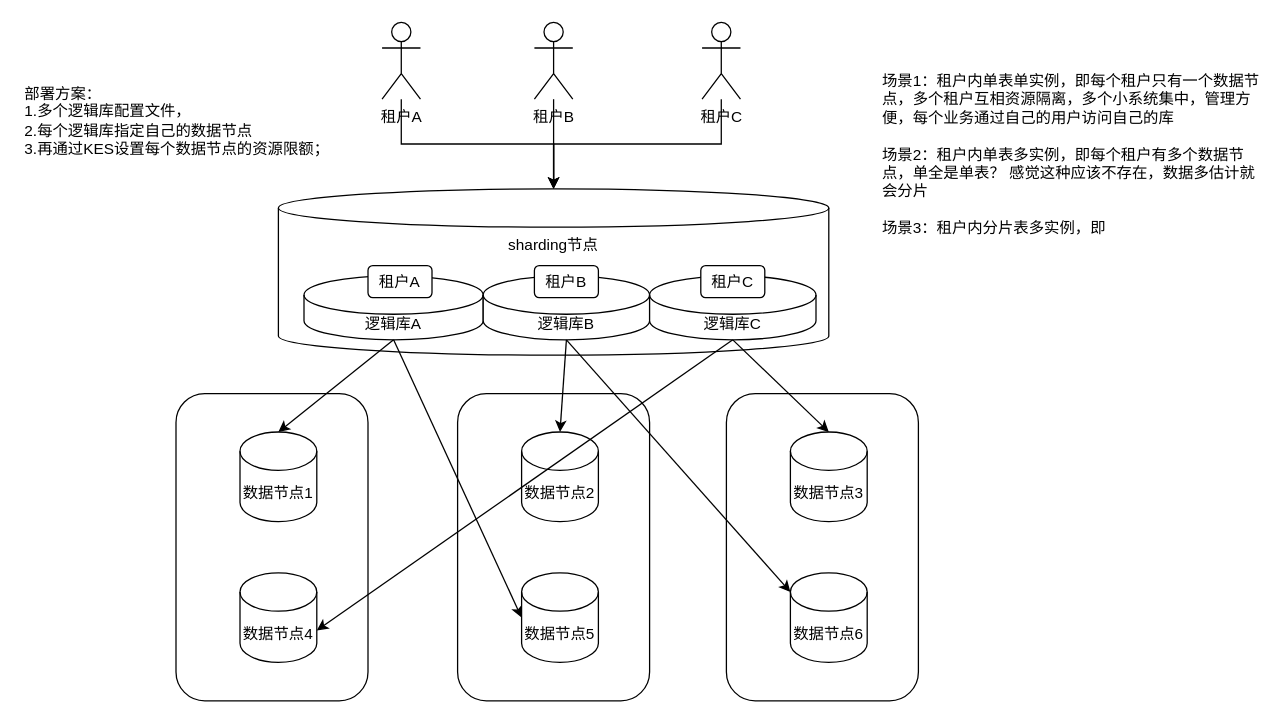
a86sd/drawio_nli keeps this draw.io diagram as 多租户.drawio. Above is the earlier version. Source tidied: cells renumbered, new cells numbered last; positions are measured from the earlier drawing's top-left corner, leaving out a move shared by most shapes. Both pictures are drawn from the tidied source at 128%, with x=0, y=0 at pixel (22, 22).
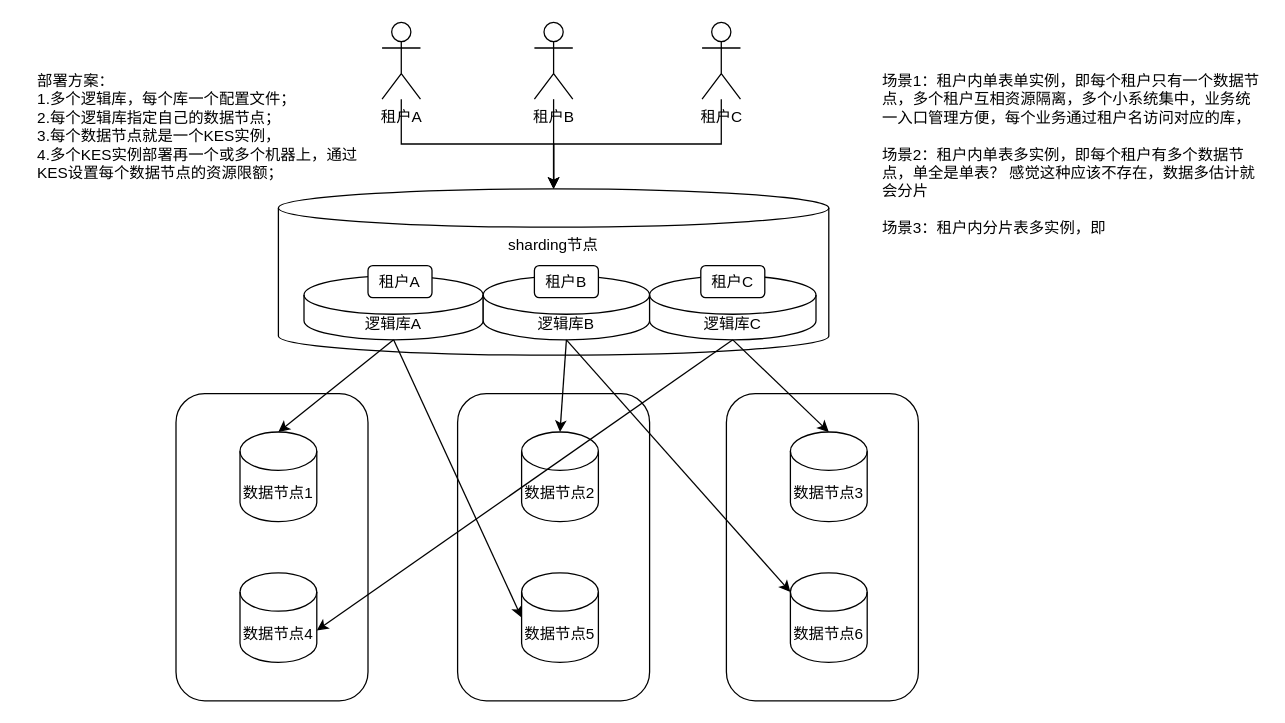
The same page after the edit.

Commit message:
更新多租户.drawio

The edit, as a diff of the source:
```diff
@@
-    <mxCell id="26" value="场景1：租户内单表单实例，即每个租户只有一个数据节点，多个租户互相资源隔离，多个小系统集中，管理方便，每个业务通过自己的用户访问自己的库&lt;br&gt;&lt;br&gt;场景2：租户内单表多实例，即每个租户有多个数据节点，单全是单表？ 感觉这种应该不存在，数据多估计就会分片&lt;br&gt;&lt;br&gt;场景3：租户内分片表多实例，即" style="text;html=1;whiteSpace=wrap;strokeColor=none;fillColor=none;align=left;verticalAlign=top;rounded=0;" parent="1" vertex="1">
+    <mxCell id="26" value="场景1：租户内单表单实例，即每个租户只有一个数据节点，多个租户互相资源隔离，多个小系统集中，业务统一入口管理方便，每个业务通过租户名访问对应的库，&lt;br&gt;&lt;br&gt;场景2：租户内单表多实例，即每个租户有多个数据节点，单全是单表？ 感觉这种应该不存在，数据多估计就会分片&lt;br&gt;&lt;br&gt;场景3：租户内分片表多实例，即" style="text;html=1;whiteSpace=wrap;strokeColor=none;fillColor=none;align=left;verticalAlign=top;rounded=0;" parent="1" vertex="1">
       <mxGeometry x="670" y="32" width="300" height="158" as="geometry" />
     </mxCell>
@@
-    <mxCell id="31" value="&lt;span style=&quot;&quot;&gt;部署方案：&lt;br&gt;1.多个逻辑库配置文件，&lt;br&gt;&lt;/span&gt;2.&lt;span style=&quot;&quot;&gt;每个逻辑库指定自己的数据节点&lt;br&gt;&lt;/span&gt;3.&lt;span style=&quot;&quot;&gt;再通过KES设置每个数据节点的资源限额；&lt;/span&gt;" style="text;html=1;whiteSpace=wrap;strokeColor=none;fillColor=none;align=left;verticalAlign=top;rounded=0;" parent="1" vertex="1">
-      <mxGeometry y="42" width="260" height="118" as="geometry" />
+    <mxCell id="31" value="&lt;span style=&quot;&quot;&gt;部署方案：&lt;br&gt;1.多个逻辑库，每个库一个配置文件；&lt;br&gt;&lt;/span&gt;2.&lt;span style=&quot;&quot;&gt;每个逻辑库指定自己的数据节点；&lt;/span&gt;&lt;span style=&quot;&quot;&gt;&lt;br&gt;3.每个数据节点就是一个KES实例，&lt;br&gt;4.多个KES实例部署再一个或多个机器上，&lt;/span&gt;通过KES设置每个数据节点的资源限额；" style="text;html=1;whiteSpace=wrap;strokeColor=none;fillColor=none;align=left;verticalAlign=top;rounded=0;" parent="1" vertex="1">
+      <mxGeometry x="10" y="32" width="260" height="118" as="geometry" />
     </mxCell>
```
